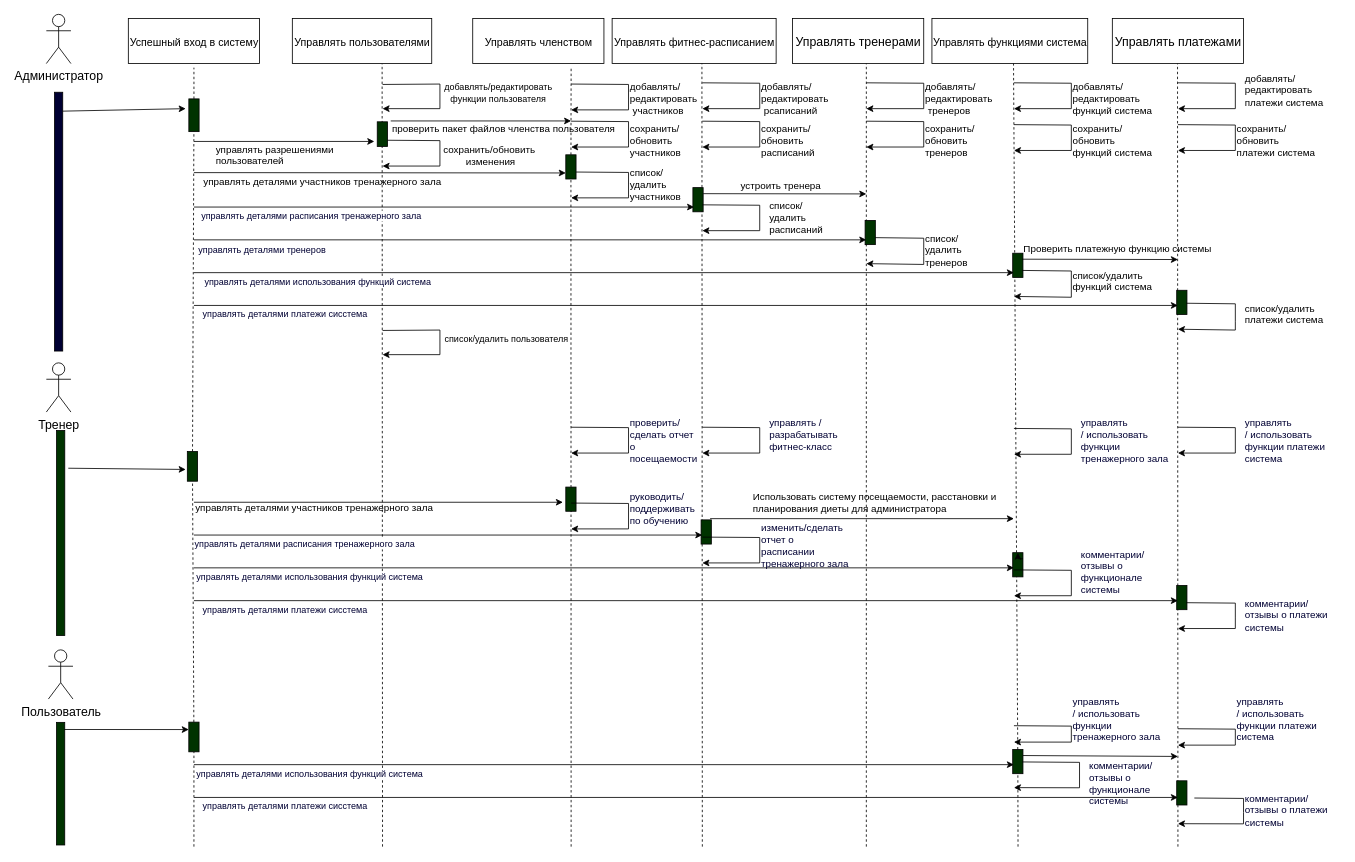
The draw.io diagram page "Sequence Diagram" (5 of 7) of Biểu đồ không có tiêu đề.drawio in quyettranvu/Lab2-3_UML, before the edit. Source tidied: cells renumbered, new cells numbered last; positions are measured from the earlier drawing's top-left corner, leaving out a move shared by most shapes. Both pictures are drawn from the tidied source at 82%, with x=0, y=0 at pixel (-71, 14).
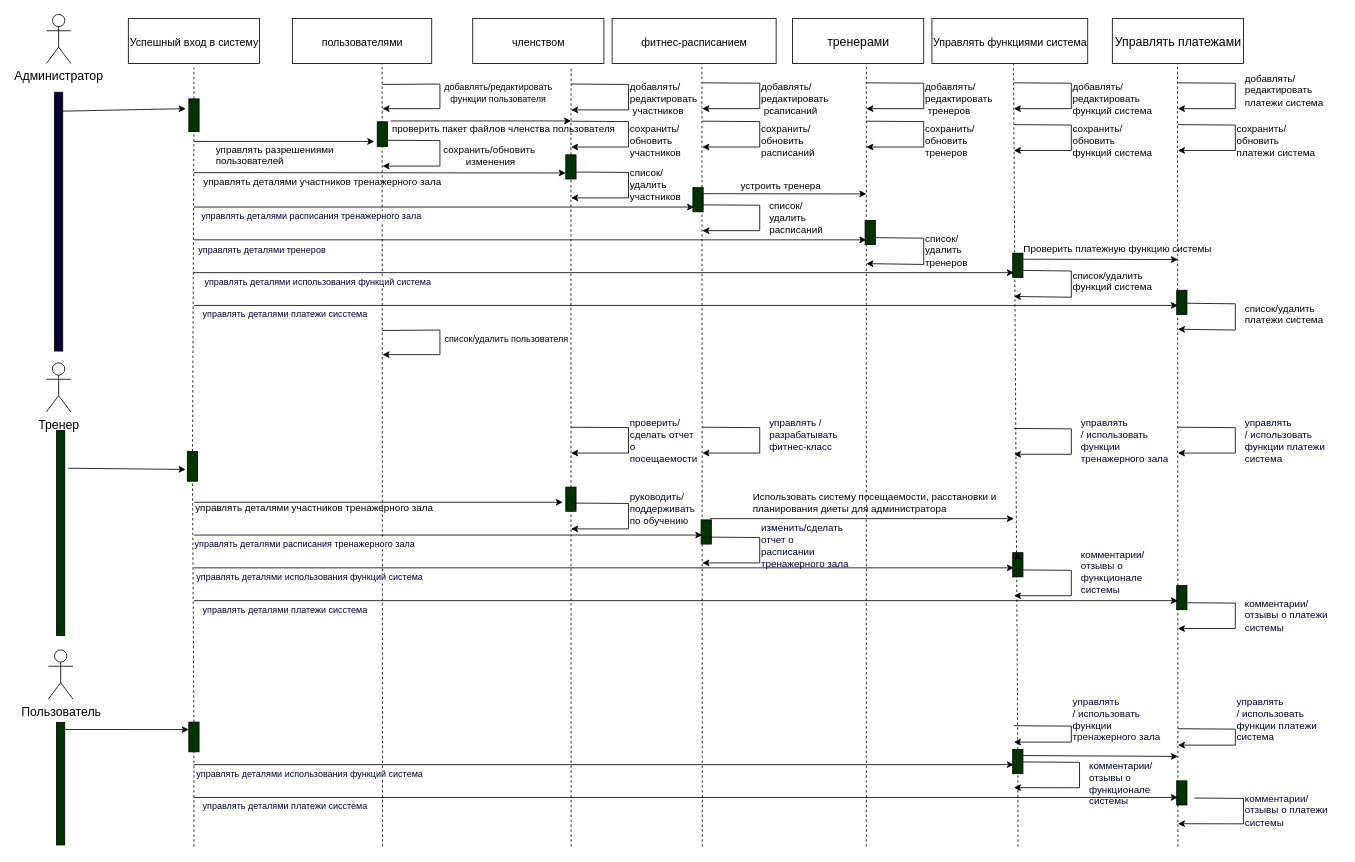
After the change.

Diff of the diagram source:
```diff
@@
-    <mxCell id="4" value="&lt;font style=&quot;font-size: 13px;&quot;&gt;Управлять членством&lt;br&gt;&lt;/font&gt;" style="html=1;fontSize=15;fillColor=#FFFFFF;" parent="1" vertex="1">
+    <mxCell id="4" value="&lt;font style=&quot;font-size: 13px;&quot;&gt;членством&lt;br&gt;&lt;/font&gt;" style="html=1;fontSize=15;fillColor=#FFFFFF;" parent="1" vertex="1">
       <mxGeometry x="663" y="5" width="160" height="55" as="geometry" />
     </mxCell>
-    <mxCell id="5" value="&lt;font style=&quot;font-size: 13px;&quot;&gt;Управлять фитнес-расписанием&lt;/font&gt;" style="html=1;fontSize=15;fillColor=#FFFFFF;" parent="1" vertex="1">
+    <mxCell id="5" value="&lt;font style=&quot;font-size: 13px;&quot;&gt;фитнес-расписанием&lt;/font&gt;" style="html=1;fontSize=15;fillColor=#FFFFFF;" parent="1" vertex="1">
       <mxGeometry x="833" y="5" width="200" height="55" as="geometry" />
     </mxCell>
-    <mxCell id="6" value="Управлять тренерами" style="html=1;fontSize=15;fillColor=#FFFFFF;" parent="1" vertex="1">
+    <mxCell id="6" value="тренерами" style="html=1;fontSize=15;fillColor=#FFFFFF;" parent="1" vertex="1">
       <mxGeometry x="1053" y="5" width="160" height="55" as="geometry" />
     </mxCell>
@@
-    <mxCell id="24" value="&lt;span style=&quot;font-size: 13px;&quot;&gt;Управлять пользователями&lt;/span&gt;" style="html=1;fontSize=15;fillColor=#FFFFFF;" parent="1" vertex="1">
+    <mxCell id="24" value="&lt;span style=&quot;font-size: 13px;&quot;&gt;пользователями&lt;/span&gt;" style="html=1;fontSize=15;fillColor=#FFFFFF;" parent="1" vertex="1">
       <mxGeometry x="443" y="5" width="170" height="55" as="geometry" />
     </mxCell>
```
